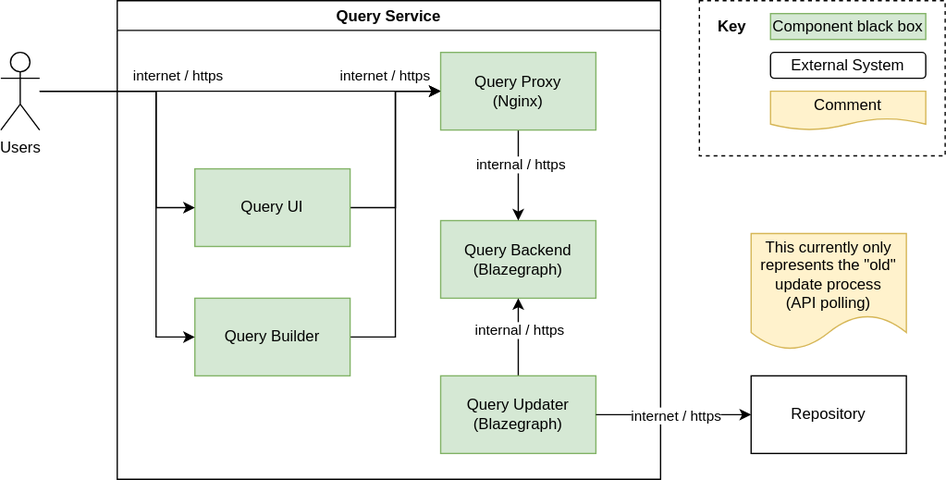
Before: systems/Query/diagrams/03-technical-context.drawio.svg, a diagram exported from draw.io (wmde/wikidata-wikibase-architecture). Source tidied: cells renumbered, new cells last; positions are measured from the earlier drawing's top-left corner, leaving out a move shared by most shapes.
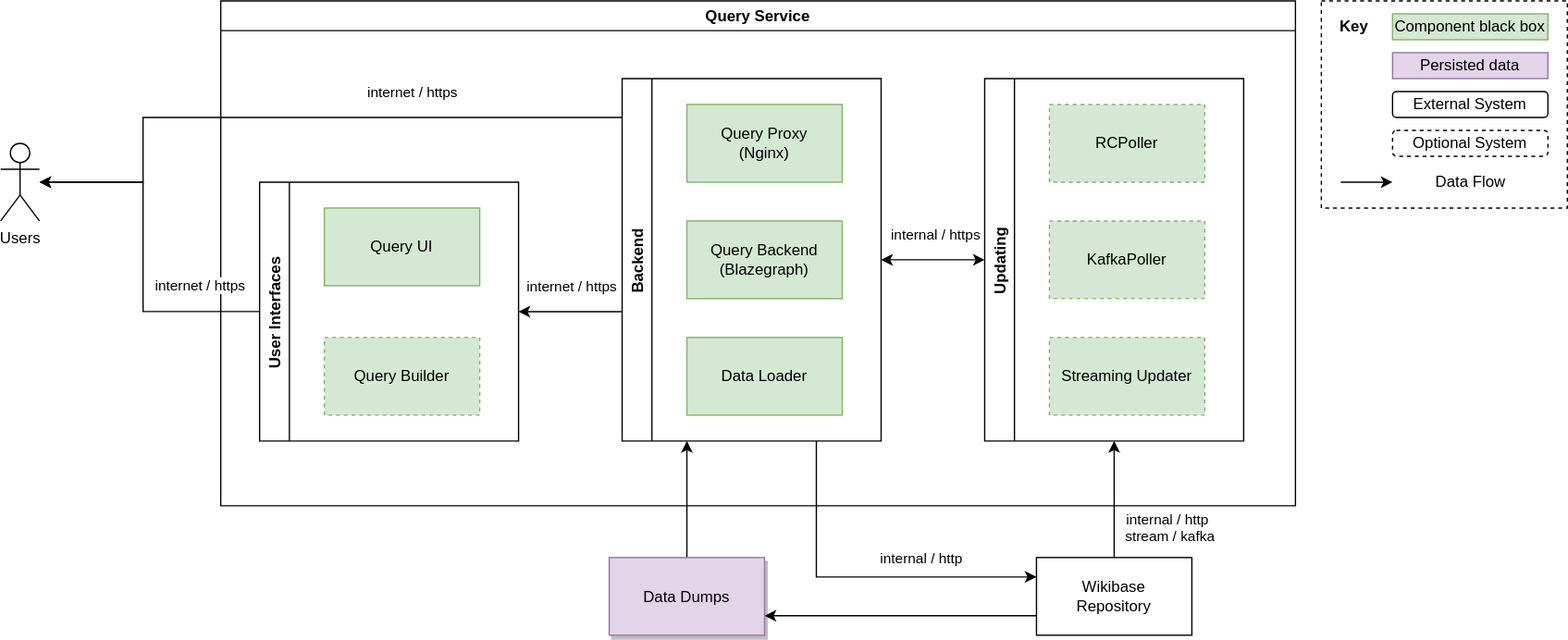
Above is the later version.

Diff of the diagram source:
```diff
@@ -3,101 +3,147 @@
     <mxCell id="0" />
     <mxCell id="1" parent="0" />
     <mxCell id="2" style="rounded=0;whiteSpace=wrap;html=1;fillColor=none;dashed=1;" parent="1" vertex="1">
-      <mxGeometry x="540" width="190" height="120" as="geometry" />
+      <mxGeometry x="930" y="-20" width="190" height="160" as="geometry" />
     </mxCell>
     <mxCell id="3" value="&lt;b&gt;Key&lt;/b&gt;" style="text;html=1;align=center;verticalAlign=middle;strokeColor=none;" parent="1" vertex="1">
-      <mxGeometry x="545" y="10" width="40" height="20" as="geometry" />
+      <mxGeometry x="935" y="-10" width="40" height="20" as="geometry" />
     </mxCell>
     <mxCell id="4" value="Component black box" style="rounded=0;whiteSpace=wrap;html=1;align=center;fillColor=#d5e8d4;strokeColor=#82b366;" parent="1" vertex="1">
-      <mxGeometry x="595" y="10" width="120" height="20" as="geometry" />
+      <mxGeometry x="985" y="-10" width="120" height="20" as="geometry" />
     </mxCell>
     <mxCell id="5" value="External System" style="rounded=1;whiteSpace=wrap;html=1;align=center;" parent="1" vertex="1">
-      <mxGeometry x="595" y="40" width="120" height="20" as="geometry" />
+      <mxGeometry x="985" y="50" width="120" height="20" as="geometry" />
     </mxCell>
     <mxCell id="6" value="Query Service" style="swimlane;" parent="1" vertex="1">
-      <mxGeometry x="90" width="420" height="370" as="geometry" />
+      <mxGeometry x="80" y="-20" width="830" height="390" as="geometry" />
     </mxCell>
+    <mxCell id="29" value="User Interfaces" style="swimlane;horizontal=0;" parent="6" vertex="1">
+      <mxGeometry x="30" y="140" width="200" height="200" as="geometry" />
+    </mxCell>
+    <mxCell id="9" value="Query UI" style="rounded=0;whiteSpace=wrap;html=1;fillColor=#d5e8d4;strokeColor=#82b366;" parent="29" vertex="1">
+      <mxGeometry x="50" y="20" width="120" height="60" as="geometry" />
+    </mxCell>
+    <mxCell id="11" value="Query Builder" style="rounded=0;whiteSpace=wrap;html=1;fillColor=#d5e8d4;strokeColor=#82b366;dashed=1;" parent="29" vertex="1">
+      <mxGeometry x="50" y="120" width="120" height="60" as="geometry" />
+    </mxCell>
+    <mxCell id="30" value="Updating" style="swimlane;horizontal=0;" parent="6" vertex="1">
+      <mxGeometry x="590" y="60" width="200" height="280" as="geometry" />
+    </mxCell>
+    <mxCell id="31" value="KafkaPoller" style="rounded=0;whiteSpace=wrap;html=1;fillColor=#d5e8d4;strokeColor=#82b366;dashed=1;" parent="30" vertex="1">
+      <mxGeometry x="50" y="110" width="120" height="60" as="geometry" />
+    </mxCell>
+    <mxCell id="17" value="RCPoller" style="rounded=0;whiteSpace=wrap;html=1;fillColor=#d5e8d4;strokeColor=#82b366;dashed=1;" parent="30" vertex="1">
+      <mxGeometry x="50" y="20" width="120" height="60" as="geometry" />
+    </mxCell>
+    <mxCell id="32" value="Streaming Updater" style="rounded=0;whiteSpace=wrap;html=1;fillColor=#d5e8d4;strokeColor=#82b366;dashed=1;" parent="30" vertex="1">
+      <mxGeometry x="50" y="200" width="120" height="60" as="geometry" />
+    </mxCell>
+    <mxCell id="14" value="Query Proxy&lt;br&gt;(Nginx)" style="rounded=0;whiteSpace=wrap;html=1;fillColor=#d5e8d4;strokeColor=#82b366;" parent="6" vertex="1">
+      <mxGeometry x="360" y="80" width="120" height="60" as="geometry" />
+    </mxCell>
+    <mxCell id="33" value="Backend" style="swimlane;horizontal=0;" parent="6" vertex="1">
+      <mxGeometry x="310" y="60" width="200" height="280" as="geometry" />
+    </mxCell>
-    <mxCell id="7" value="Query Backend&lt;br&gt;(Blazegraph)" style="rounded=0;whiteSpace=wrap;html=1;fillColor=#d5e8d4;strokeColor=#82b366;" parent="6" vertex="1">
-      <mxGeometry x="250" y="170" width="120" height="60" as="geometry" />
+    <mxCell id="7" value="Query Backend&lt;br&gt;(Blazegraph)" style="rounded=0;whiteSpace=wrap;html=1;fillColor=#d5e8d4;strokeColor=#82b366;" parent="33" vertex="1">
+      <mxGeometry x="50" y="110" width="120" height="60" as="geometry" />
     </mxCell>
-    <mxCell id="8" style="edgeStyle=orthogonalEdgeStyle;rounded=0;jettySize=auto;html=1;entryX=0;entryY=0.5;entryDx=0;entryDy=0;" parent="6" edge="1" source="9" target="14">
-      <mxGeometry relative="1" as="geometry" />
-    </mxCell>
-    <mxCell id="9" value="Query UI" style="rounded=0;whiteSpace=wrap;html=1;fillColor=#d5e8d4;strokeColor=#82b366;" parent="6" vertex="1">
-      <mxGeometry x="60" y="130" width="120" height="60" as="geometry" />
-    </mxCell>
-    <mxCell id="10" style="edgeStyle=orthogonalEdgeStyle;rounded=0;jettySize=auto;html=1;entryX=0;entryY=0.5;entryDx=0;entryDy=0;" parent="6" edge="1" source="11" target="14">
-      <mxGeometry relative="1" as="geometry" />
-    </mxCell>
-    <mxCell id="11" value="Query Builder" style="rounded=0;whiteSpace=wrap;html=1;fillColor=#d5e8d4;strokeColor=#82b366;" parent="6" vertex="1">
-      <mxGeometry x="60" y="230" width="120" height="60" as="geometry" />
-    </mxCell>
-    <mxCell id="12" style="edgeStyle=orthogonalEdgeStyle;rounded=0;jettySize=auto;html=1;entryX=0.5;entryY=0;entryDx=0;entryDy=0;" parent="6" edge="1" source="14" target="7">
-      <mxGeometry relative="1" as="geometry" />
-    </mxCell>
-    <mxCell id="13" value="internal / https" style="edgeLabel;html=1;align=center;verticalAlign=middle;" parent="12" vertex="1">
-      <mxGeometry x="-0.25" y="1" relative="1" as="geometry" />
-    </mxCell>
-    <mxCell id="14" value="Query Proxy&lt;br&gt;(Nginx)" style="rounded=0;whiteSpace=wrap;html=1;fillColor=#d5e8d4;strokeColor=#82b366;" parent="6" vertex="1">
-      <mxGeometry x="250" y="40" width="120" height="60" as="geometry" />
-    </mxCell>
-    <mxCell id="15" style="edgeStyle=orthogonalEdgeStyle;rounded=0;jettySize=auto;html=1;entryX=0.5;entryY=1;entryDx=0;entryDy=0;" parent="6" edge="1" source="17" target="7">
-      <mxGeometry relative="1" as="geometry" />
-    </mxCell>
-    <mxCell id="16" value="internal / https" style="edgeLabel;html=1;align=center;verticalAlign=middle;" parent="15" vertex="1">
-      <mxGeometry x="0.19" relative="1" as="geometry" />
-    </mxCell>
-    <mxCell id="17" value="Query Updater&lt;br&gt;(Blazegraph)" style="rounded=0;whiteSpace=wrap;html=1;fillColor=#d5e8d4;strokeColor=#82b366;" parent="6" vertex="1">
-      <mxGeometry x="250" y="290" width="120" height="60" as="geometry" />
-    </mxCell>
-    <mxCell id="18" value="internet / https" style="edgeLabel;html=1;align=center;verticalAlign=middle;" parent="6" vertex="1">
-      <mxGeometry x="50" y="60" as="geometry">
-        <mxPoint x="-4" y="-2" as="offset" />
-      </mxGeometry>
-    </mxCell>
-    <mxCell id="19" value="internet / https" style="edgeLabel;html=1;align=center;verticalAlign=middle;" parent="6" vertex="1">
-      <mxGeometry x="210" y="60" as="geometry">
-        <mxPoint x="-4" y="-2" as="offset" />
-      </mxGeometry>
-    </mxCell>
+    <mxCell id="34" value="Data Loader" style="rounded=0;whiteSpace=wrap;html=1;fillColor=#d5e8d4;strokeColor=#82b366;" parent="33" vertex="1">
+      <mxGeometry x="50" y="200" width="120" height="60" as="geometry" />
+    </mxCell>
+    <mxCell id="35" style="edgeStyle=orthogonalEdgeStyle;rounded=0;jettySize=auto;html=1;entryX=1;entryY=0.5;entryDx=0;entryDy=0;startArrow=classic;startFill=1;" parent="6" edge="1" source="30" target="33">
+      <mxGeometry relative="1" as="geometry" />
+    </mxCell>
+    <mxCell id="36" value="internal / https" style="edgeLabel;html=1;align=center;verticalAlign=middle;" parent="35" vertex="1">
+      <mxGeometry x="0.31" y="-1" relative="1" as="geometry">
+        <mxPoint x="13" y="-19" as="offset" />
+      </mxGeometry>
+    </mxCell>
+    <mxCell id="37" style="edgeStyle=orthogonalEdgeStyle;rounded=0;jettySize=auto;html=1;entryX=-0.003;entryY=0.643;entryDx=0;entryDy=0;startArrow=classic;startFill=1;endArrow=none;endFill=0;entryPerimeter=0;" parent="6" edge="1" source="29" target="33">
+      <mxGeometry relative="1" as="geometry" />
+    </mxCell>
+    <mxCell id="38" value="internet / https" style="edgeLabel;html=1;align=center;verticalAlign=middle;" parent="37" vertex="1">
+      <mxGeometry x="-0.27" y="1" relative="1" as="geometry">
+        <mxPoint x="11" y="-19" as="offset" />
+      </mxGeometry>
+    </mxCell>
+    <mxCell id="39" style="edgeStyle=orthogonalEdgeStyle;rounded=0;jettySize=auto;html=1;startArrow=none;startFill=0;exitX=0.5;exitY=0;exitDx=0;exitDy=0;entryX=0.5;entryY=1;entryDx=0;entryDy=0;" parent="1" edge="1" source="20" target="30">
+      <mxGeometry relative="1" as="geometry" />
+    </mxCell>
+    <mxCell id="40" value="internal / http" style="edgeLabel;html=1;align=center;verticalAlign=middle;" parent="39" vertex="1">
+      <mxGeometry x="-0.24" y="1" relative="1" as="geometry">
+        <mxPoint x="41" y="4" as="offset" />
+      </mxGeometry>
+    </mxCell>
+    <mxCell id="41" value="stream / kafka" style="edgeLabel;html=1;align=center;verticalAlign=middle;" parent="39" vertex="1">
+      <mxGeometry x="-0.72" y="4" relative="1" as="geometry">
+        <mxPoint x="46" y="-4" as="offset" />
+      </mxGeometry>
+    </mxCell>
+    <mxCell id="42" style="edgeStyle=orthogonalEdgeStyle;rounded=0;jettySize=auto;html=1;entryX=0;entryY=0.25;entryDx=0;entryDy=0;exitX=0;exitY=0.75;exitDx=0;exitDy=0;" parent="1" edge="1" source="20" target="47">
+      <mxGeometry relative="1" as="geometry" />
+    </mxCell>
-    <mxCell id="20" value="Repository" style="rounded=0;whiteSpace=wrap;html=1;" parent="1" vertex="1">
-      <mxGeometry x="580" y="290" width="120" height="60" as="geometry" />
+    <mxCell id="20" value="Wikibase&lt;br&gt;Repository" style="rounded=0;whiteSpace=wrap;html=1;" parent="1" vertex="1">
+      <mxGeometry x="710" y="410" width="120" height="60" as="geometry" />
     </mxCell>
-    <mxCell id="21" style="edgeStyle=orthogonalEdgeStyle;rounded=0;jettySize=auto;html=1;" parent="1" edge="1" source="17" target="20">
-      <mxGeometry relative="1" as="geometry" />
-    </mxCell>
-    <mxCell id="22" value="internet / https" style="edgeLabel;html=1;align=center;verticalAlign=middle;" parent="21" vertex="1">
-      <mxGeometry x="-0.26" relative="1" as="geometry">
-        <mxPoint x="16" as="offset" />
-      </mxGeometry>
-    </mxCell>
-    <mxCell id="23" value="Comment" style="shape=document;whiteSpace=wrap;html=1;boundedLbl=1;fillColor=#fff2cc;strokeColor=#d6b656;" parent="1" vertex="1">
-      <mxGeometry x="595" y="70" width="120" height="30" as="geometry" />
-    </mxCell>
-    <mxCell id="24" value="This currently only represents the &quot;old&quot; update process&lt;br&gt;(API polling)" style="shape=document;whiteSpace=wrap;html=1;boundedLbl=1;fillColor=#fff2cc;strokeColor=#d6b656;" parent="1" vertex="1">
-      <mxGeometry x="580" y="180" width="120" height="90" as="geometry" />
-    </mxCell>
-    <mxCell id="25" style="edgeStyle=orthogonalEdgeStyle;rounded=0;jettySize=auto;html=1;entryX=0;entryY=0.5;entryDx=0;entryDy=0;" parent="1" edge="1" source="28" target="9">
-      <mxGeometry relative="1" as="geometry">
-        <Array as="points">
-          <mxPoint x="120" y="70" />
-          <mxPoint x="120" y="160" />
-        </Array>
-      </mxGeometry>
-    </mxCell>
-    <mxCell id="26" style="edgeStyle=orthogonalEdgeStyle;rounded=0;jettySize=auto;html=1;entryX=0;entryY=0.5;entryDx=0;entryDy=0;" parent="1" edge="1" source="28" target="11">
-      <mxGeometry relative="1" as="geometry">
-        <Array as="points">
-          <mxPoint x="120" y="70" />
-          <mxPoint x="120" y="260" />
-        </Array>
-      </mxGeometry>
-    </mxCell>
-    <mxCell id="27" style="edgeStyle=orthogonalEdgeStyle;rounded=0;jettySize=auto;html=1;entryX=0;entryY=0.5;entryDx=0;entryDy=0;" parent="1" edge="1" source="28" target="14">
-      <mxGeometry relative="1" as="geometry" />
+    <mxCell id="27" style="edgeStyle=orthogonalEdgeStyle;rounded=0;jettySize=auto;html=1;entryX=0;entryY=0.5;entryDx=0;entryDy=0;startArrow=classic;startFill=1;endArrow=none;endFill=0;" parent="1" edge="1" source="28" target="29">
+      <mxGeometry relative="1" as="geometry">
+        <Array as="points">
+          <mxPoint x="20" y="120" />
+          <mxPoint x="20" y="220" />
+        </Array>
+      </mxGeometry>
     </mxCell>
     <mxCell id="28" value="Users" style="shape=umlActor;verticalLabelPosition=bottom;verticalAlign=top;html=1;outlineConnect=0;" parent="1" vertex="1">
-      <mxGeometry y="40" width="30" height="60" as="geometry" />
+      <mxGeometry x="-90" y="90" width="30" height="60" as="geometry" />
     </mxCell>
+    <mxCell id="43" value="Optional System" style="rounded=1;whiteSpace=wrap;html=1;align=center;dashed=1;" parent="1" vertex="1">
+      <mxGeometry x="985" y="80" width="120" height="20" as="geometry" />
+    </mxCell>
+    <mxCell id="18" value="internet / https" style="edgeLabel;html=1;align=center;verticalAlign=middle;" parent="1" vertex="1">
+      <mxGeometry x="70" y="170" as="geometry">
+        <mxPoint x="-7" y="30" as="offset" />
+      </mxGeometry>
+    </mxCell>
+    <mxCell id="44" style="endArrow=classic;html=1;" parent="1" edge="1">
+      <mxGeometry relative="1" as="geometry">
+        <mxPoint x="945" y="120" as="sourcePoint" />
+        <mxPoint x="985" y="120" as="targetPoint" />
+      </mxGeometry>
+    </mxCell>
+    <mxCell id="45" value="Data Flow" style="text;html=1;align=center;verticalAlign=middle;strokeColor=none;" parent="1" vertex="1">
+      <mxGeometry x="1010" y="110" width="70" height="20" as="geometry" />
+    </mxCell>
+    <mxCell id="46" style="edgeStyle=orthogonalEdgeStyle;rounded=0;jettySize=auto;html=1;entryX=0.25;entryY=1;entryDx=0;entryDy=0;" parent="1" edge="1" source="47" target="33">
+      <mxGeometry relative="1" as="geometry" />
+    </mxCell>
+    <mxCell id="47" value="Data Dumps" style="rounded=0;shadow=1;fontSize=12;strokeColor=#9673a6;direction=west;fillColor=#e1d5e7;" parent="1" vertex="1">
+      <mxGeometry x="380" y="410" width="120" height="60" as="geometry" />
+    </mxCell>
+    <mxCell id="48" style="edgeStyle=orthogonalEdgeStyle;rounded=0;jettySize=auto;html=1;exitX=0.75;exitY=1;exitDx=0;exitDy=0;entryX=0;entryY=0.25;entryDx=0;entryDy=0;startArrow=none;startFill=0;" parent="1" edge="1" source="33" target="20">
+      <mxGeometry relative="1" as="geometry" />
+    </mxCell>
+    <mxCell id="49" value="internal / http" style="edgeLabel;html=1;align=center;verticalAlign=middle;" parent="48" vertex="1">
+      <mxGeometry x="0.15" y="3" relative="1" as="geometry">
+        <mxPoint x="27" y="-12" as="offset" />
+      </mxGeometry>
+    </mxCell>
+    <mxCell id="50" value="Persisted data" style="rounded=0;whiteSpace=wrap;html=1;align=center;fillColor=#e1d5e7;strokeColor=#9673a6;" parent="1" vertex="1">
+      <mxGeometry x="985" y="20" width="120" height="20" as="geometry" />
+    </mxCell>
+    <mxCell id="51" style="edgeStyle=orthogonalEdgeStyle;rounded=0;orthogonalLoop=1;jettySize=auto;html=1;" parent="1" edge="1">
+      <mxGeometry relative="1" as="geometry">
+        <mxPoint x="390" y="70" as="sourcePoint" />
+        <mxPoint x="-60" y="120" as="targetPoint" />
+        <Array as="points">
+          <mxPoint x="20" y="70" />
+          <mxPoint x="20" y="120" />
+        </Array>
+      </mxGeometry>
+    </mxCell>
+    <mxCell id="52" value="internet / https" style="edgeLabel;html=1;align=center;verticalAlign=middle;" parent="51" vertex="1">
+      <mxGeometry x="-0.35" y="1" relative="1" as="geometry">
+        <mxPoint y="-21" as="offset" />
+      </mxGeometry>
+    </mxCell>
   </root>
 </mxGraphModel>
```
